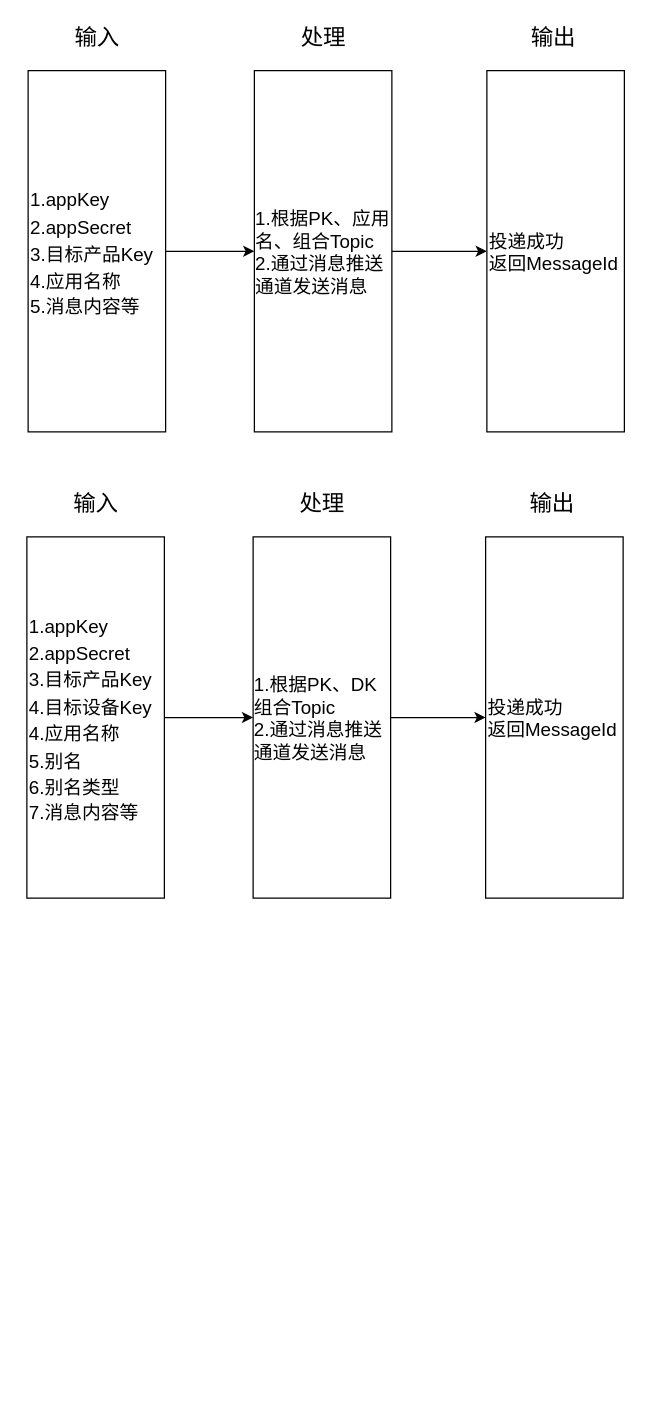
Before: 设备消息解析IPO.drawio in wjwzero/DesignDrawing-, a draw.io diagram. Source tidied: cells renumbered, new cells numbered last; positions are measured from the earlier drawing's top-left corner, leaving out a move shared by most shapes. Both pictures are drawn from the tidied source at 125%, with x=0, y=0 at pixel (26, 21).
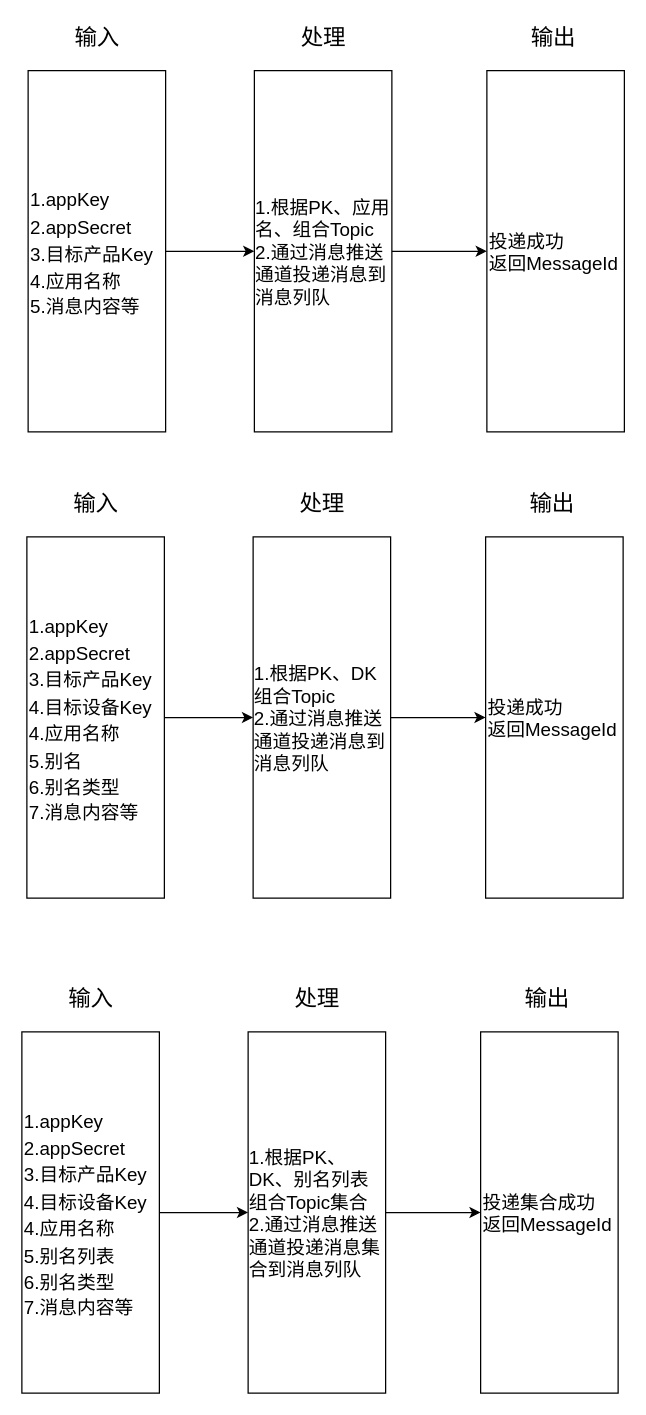
After the change.

Commit message (it also covers changes not shown here):
更新设备消息解析IPO.drawio

The change refers to these unchanged cells:
```xml
<mxCell id="6" style="group;" parent="2" vertex="1">
  <mxGeometry x="181" width="110" height="328" as="geometry" />
</mxCell>
<mxCell id="18" style="group;" parent="14" vertex="1">
  <mxGeometry x="181" width="110" height="328" as="geometry" />
</mxCell>
```

Change to the diagram source:
```diff
@@
-    <mxCell id="7" value="&lt;div style=&quot;text-align: left&quot;&gt;&lt;span&gt;1.根据PK、应用名、组合Topic&lt;/span&gt;&lt;/div&gt;&lt;font style=&quot;font-size: 15px&quot;&gt;&lt;div style=&quot;text-align: left&quot;&gt;&lt;span&gt;2.通过消息推送通道发送消息&lt;/span&gt;&lt;/div&gt;&lt;/font&gt;" style="rounded=0;whiteSpace=wrap;html=1;fontSize=15;" parent="6" vertex="1">
+    <mxCell id="7" value="&lt;div style=&quot;text-align: left&quot;&gt;&lt;span&gt;1.根据PK、应用名、组合Topic&lt;/span&gt;&lt;/div&gt;&lt;font style=&quot;font-size: 15px&quot;&gt;&lt;div style=&quot;text-align: left&quot;&gt;&lt;span&gt;2.通过消息推送通道投递消息到消息列队&lt;/span&gt;&lt;/div&gt;&lt;/font&gt;" style="rounded=0;whiteSpace=wrap;html=1;fontSize=15;" parent="6" vertex="1">
       <mxGeometry y="39" width="110" height="289" as="geometry" />
     </mxCell>
@@
-    <mxCell id="19" value="&lt;div style=&quot;text-align: left&quot;&gt;&lt;span&gt;1.根据PK、DK组合Topic&lt;/span&gt;&lt;/div&gt;&lt;font style=&quot;font-size: 15px&quot;&gt;&lt;div style=&quot;text-align: left&quot;&gt;&lt;span&gt;2.通过消息推送通道发送消息&lt;/span&gt;&lt;/div&gt;&lt;/font&gt;" style="rounded=0;whiteSpace=wrap;html=1;fontSize=15;" parent="18" vertex="1">
+    <mxCell id="19" value="&lt;div style=&quot;text-align: left&quot;&gt;&lt;span&gt;1.根据PK、DK组合Topic&lt;/span&gt;&lt;/div&gt;&lt;font style=&quot;font-size: 15px&quot;&gt;&lt;div style=&quot;text-align: left&quot;&gt;&lt;span&gt;2.通过消息推送通道投递消息到消息列队&lt;/span&gt;&lt;/div&gt;&lt;/font&gt;" style="rounded=0;whiteSpace=wrap;html=1;fontSize=15;" parent="18" vertex="1">
       <mxGeometry y="39" width="110" height="289" as="geometry" />
     </mxCell>
@@
+    <mxCell id="26" style="group;" parent="1" vertex="1">
+      <mxGeometry x="-4" y="769" width="477" height="328" as="geometry" />
+    </mxCell>
+    <mxCell id="27" style="group;" parent="26" vertex="1">
+      <mxGeometry x="367" width="110" height="328" as="geometry" />
+    </mxCell>
+    <mxCell id="28" value="投递集合成功&lt;br&gt;返回MessageId" style="rounded=0;whiteSpace=wrap;html=1;fontSize=15;align=left;" parent="27" vertex="1">
+      <mxGeometry y="39" width="110" height="289" as="geometry" />
+    </mxCell>
+    <mxCell id="29" value="输出" style="text;html=1;align=center;verticalAlign=middle;fontSize=18;" parent="27" vertex="1">
+      <mxGeometry x="30" width="46" height="26" as="geometry" />
+    </mxCell>
+    <mxCell id="30" style="group;" parent="26" vertex="1">
+      <mxGeometry x="181" width="110" height="328" as="geometry" />
+    </mxCell>
+    <mxCell id="31" value="&lt;div style=&quot;text-align: left&quot;&gt;&lt;span&gt;1.根据PK、DK、别名列表组合Topic集合&lt;/span&gt;&lt;/div&gt;&lt;font style=&quot;font-size: 15px&quot;&gt;&lt;div style=&quot;text-align: left&quot;&gt;&lt;span&gt;2.通过消息推送通道投递消息集合到消息列队&lt;/span&gt;&lt;/div&gt;&lt;/font&gt;" style="rounded=0;whiteSpace=wrap;html=1;fontSize=15;" parent="30" vertex="1">
+      <mxGeometry y="39" width="110" height="289" as="geometry" />
+    </mxCell>
+    <mxCell id="32" value="处理" style="text;html=1;align=center;verticalAlign=middle;fontSize=18;" parent="30" vertex="1">
+      <mxGeometry x="32" width="46" height="26" as="geometry" />
+    </mxCell>
+    <mxCell id="33" style="group;" parent="26" vertex="1">
+      <mxGeometry width="110" height="328" as="geometry" />
+    </mxCell>
+    <mxCell id="34" value="&lt;font style=&quot;font-size: 15px&quot;&gt;1.appKey&lt;br&gt;2.appSecret&lt;br&gt;3.目标产品Key&lt;br&gt;4.目标设备Key&lt;br&gt;4.应用名称&lt;br&gt;5.别名列表&lt;br&gt;6.别名类型&lt;br&gt;&lt;div&gt;&lt;span&gt;7.消息内容等&lt;/span&gt;&lt;/div&gt;&lt;/font&gt;" style="rounded=0;whiteSpace=wrap;html=1;fontSize=18;align=left;" parent="33" vertex="1">
+      <mxGeometry y="39" width="110" height="289" as="geometry" />
+    </mxCell>
+    <mxCell id="35" value="输入" style="text;html=1;align=center;verticalAlign=middle;fontSize=18;" parent="33" vertex="1">
+      <mxGeometry x="32" width="46" height="26" as="geometry" />
+    </mxCell>
+    <mxCell id="36" style="endArrow=classic;html=1;fontSize=18;exitX=1;exitY=0.5;exitDx=0;exitDy=0;" parent="26" edge="1" source="34" target="31">
+      <mxGeometry relative="1" as="geometry" />
+    </mxCell>
+    <mxCell id="37" style="edgeStyle=orthogonalEdgeStyle;rounded=0;jettySize=auto;html=1;exitX=1;exitY=0.5;exitDx=0;exitDy=0;entryX=0;entryY=0.5;entryDx=0;entryDy=0;endArrow=classic;endFill=1;fontSize=18;" parent="26" edge="1" source="31" target="28">
+      <mxGeometry relative="1" as="geometry" />
+    </mxCell>
```
